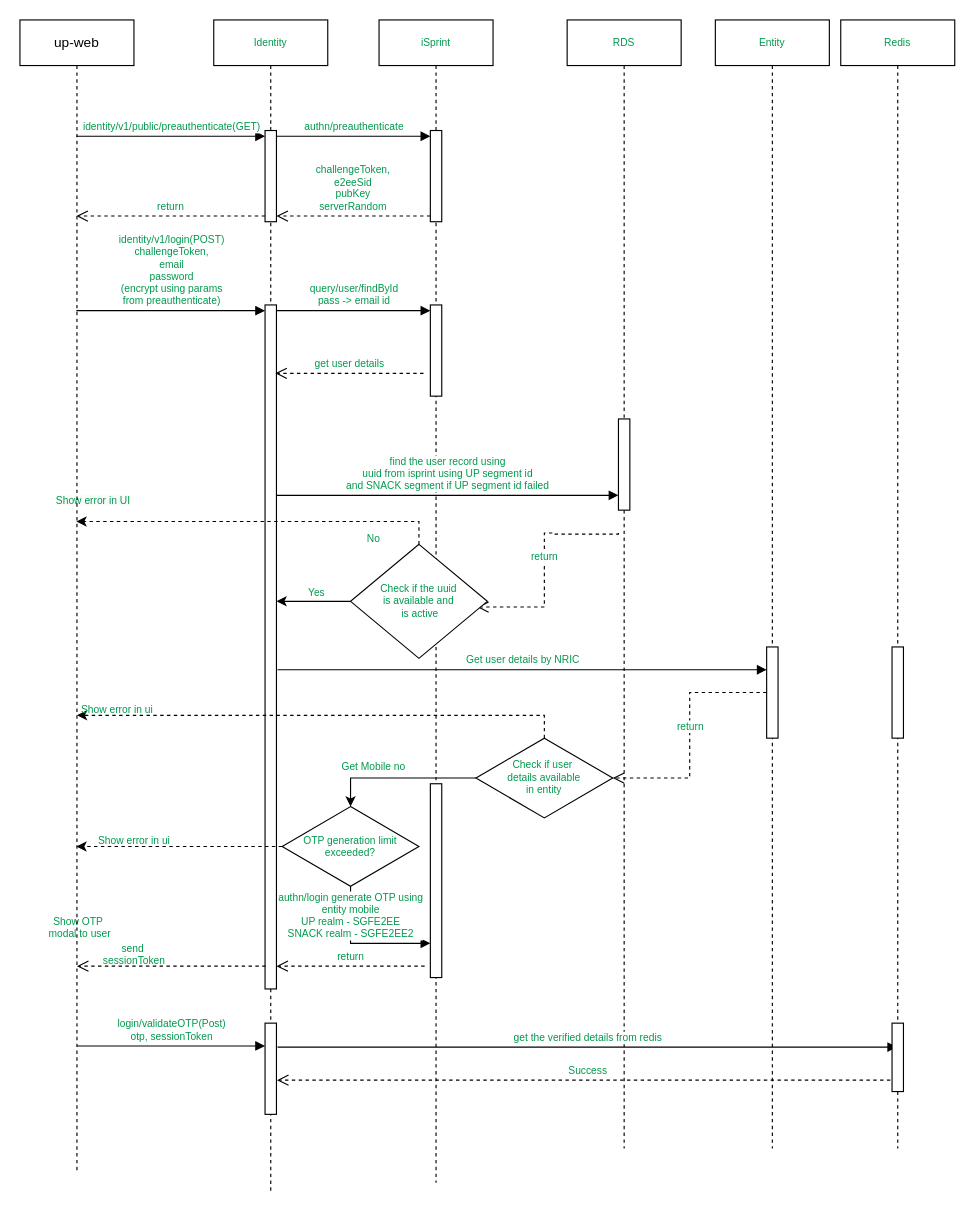
Before: page "SGFindex-otp-generation" (2 of 3) of SGFindex-login.drawio in ajeeshraj56/drawio, a draw.io diagram. Source tidied: cells renumbered, new cells numbered last; positions are measured from the earlier drawing's top-left corner, leaving out a move shared by most shapes. Both pictures are drawn from the tidied source at 114%, with x=0, y=0 at pixel (19, 19).
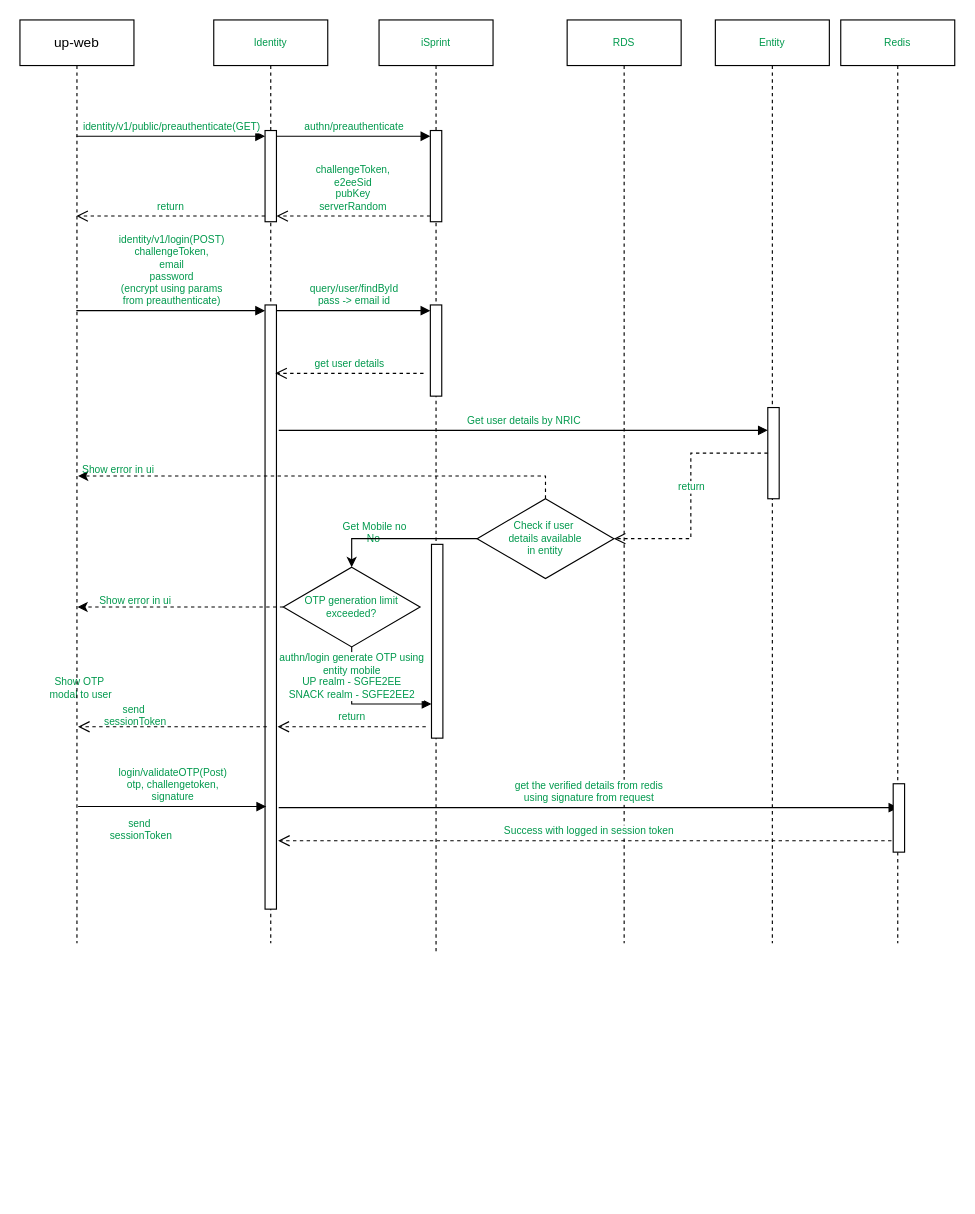
The same page after the edit.

What changed in the source:
```diff
@@
     <mxCell id="2" value="Identity" style="shape=umlLifeline;perimeter=lifelinePerimeter;whiteSpace=wrap;html=1;newEdgeStyle={&quot;curved&quot;:0,&quot;rounded&quot;:0};fontColor=#00994D;fontSize=9;" parent="1" vertex="1">
-      <mxGeometry x="170" width="100" height="1030" as="geometry" />
+      <mxGeometry x="170" width="100" height="810" as="geometry" />
     </mxCell>
@@
     <mxCell id="4" style="html=1;points=[[0,0,0,0,5],[0,1,0,0,-5],[1,0,0,0,5],[1,1,0,0,-5]];perimeter=orthogonalPerimeter;outlineConnect=0;targetShapes=umlLifeline;portConstraint=eastwest;newEdgeStyle={&quot;curved&quot;:0,&quot;rounded&quot;:0};fontColor=#00994D;fontSize=9;" parent="2" vertex="1">
-      <mxGeometry x="45" y="250" width="10" height="600" as="geometry" />
+      <mxGeometry x="45" y="250" width="10" height="530" as="geometry" />
     </mxCell>
-    <mxCell id="5" style="html=1;points=[[0,0,0,0,5],[0,1,0,0,-5],[1,0,0,0,5],[1,1,0,0,-5]];perimeter=orthogonalPerimeter;outlineConnect=0;targetShapes=umlLifeline;portConstraint=eastwest;newEdgeStyle={&quot;curved&quot;:0,&quot;rounded&quot;:0};fontColor=#00994D;fontSize=9;" parent="2" vertex="1">
-      <mxGeometry x="45" y="880" width="10" height="80" as="geometry" />
-    </mxCell>
     <mxCell id="6" value="iSprint" style="shape=umlLifeline;perimeter=lifelinePerimeter;whiteSpace=wrap;html=1;newEdgeStyle={&quot;curved&quot;:0,&quot;rounded&quot;:0};fontColor=#00994D;fontSize=9;" parent="1" vertex="1">
-      <mxGeometry x="315" width="100" height="1020" as="geometry" />
+      <mxGeometry x="315" width="100" height="820" as="geometry" />
     </mxCell>
@@
     <mxCell id="9" style="html=1;points=[[0,0,0,0,5],[0,1,0,0,-5],[1,0,0,0,5],[1,1,0,0,-5]];perimeter=orthogonalPerimeter;outlineConnect=0;targetShapes=umlLifeline;portConstraint=eastwest;newEdgeStyle={&quot;curved&quot;:0,&quot;rounded&quot;:0};fontColor=#00994D;fontSize=9;" parent="6" vertex="1">
-      <mxGeometry x="45" y="670" width="10" height="170" as="geometry" />
+      <mxGeometry x="46" y="460" width="10" height="170" as="geometry" />
     </mxCell>
     <mxCell id="10" value="RDS" style="shape=umlLifeline;perimeter=lifelinePerimeter;whiteSpace=wrap;html=1;newEdgeStyle={&quot;curved&quot;:0,&quot;rounded&quot;:0};fontColor=#00994D;fontSize=9;" parent="1" vertex="1">
-      <mxGeometry x="480" width="100" height="990" as="geometry" />
+      <mxGeometry x="480" width="100" height="810" as="geometry" />
     </mxCell>
-    <mxCell id="11" style="html=1;perimeter=orthogonalPerimeter;targetShapes=umlLifeline;newEdgeStyle={&quot;curved&quot;:0,&quot;rounded&quot;:0};fontColor=#00994D;fontSize=9;" parent="10" vertex="1">
-      <mxGeometry x="45" y="350" width="10" height="80" as="geometry" />
-    </mxCell>
     <mxCell id="12" value="Entity" style="shape=umlLifeline;perimeter=lifelinePerimeter;whiteSpace=wrap;html=1;newEdgeStyle={&quot;curved&quot;:0,&quot;rounded&quot;:0};fontColor=#00994D;fontSize=9;" parent="1" vertex="1">
-      <mxGeometry x="610" width="100" height="990" as="geometry" />
+      <mxGeometry x="610" width="100" height="810" as="geometry" />
     </mxCell>
     <mxCell id="13" style="html=1;points=[[0,0,0,0,5],[0,1,0,0,-5],[1,0,0,0,5],[1,1,0,0,-5]];perimeter=orthogonalPerimeter;outlineConnect=0;targetShapes=umlLifeline;portConstraint=eastwest;newEdgeStyle={&quot;curved&quot;:0,&quot;rounded&quot;:0};fontColor=#00994D;fontSize=9;" parent="12" vertex="1">
-      <mxGeometry x="45" y="550" width="10" height="80" as="geometry" />
+      <mxGeometry x="46" y="340" width="10" height="80" as="geometry" />
     </mxCell>
@@
-    <mxCell id="21" value="&lt;font style=&quot;font-size: 9px;&quot;&gt;find the user record using &lt;br style=&quot;font-size: 9px;&quot;&gt;uuid from isprint using UP segment id&lt;br&gt;and SNACK segment if UP segment id failed&lt;br style=&quot;font-size: 9px;&quot;&gt;&lt;/font&gt;" style="html=1;verticalAlign=bottom;endArrow=block;curved=0;rounded=0;fontColor=#00994D;fontSize=9;" parent="1" edge="1">
-      <mxGeometry relative="1" as="geometry">
-        <mxPoint x="225" y="417" as="sourcePoint" />
-        <mxPoint x="525" y="417" as="targetPoint" />
-      </mxGeometry>
-    </mxCell>
-    <mxCell id="22" value="return" style="html=1;verticalAlign=bottom;endArrow=open;dashed=1;endSize=8;rounded=0;entryX=0.925;entryY=0.55;entryDx=0;entryDy=0;entryPerimeter=0;strokeColor=default;edgeStyle=orthogonalEdgeStyle;fontColor=#00994D;fontSize=9;" parent="1" edge="1" target="25">
-      <mxGeometry relative="1" as="geometry">
-        <mxPoint x="525" y="450" as="sourcePoint" />
-        <Array as="points">
-          <mxPoint x="525" y="451" />
-          <mxPoint x="468" y="451" />
-          <mxPoint x="468" y="450" />
-          <mxPoint x="460" y="450" />
-          <mxPoint x="460" y="515" />
-        </Array>
-      </mxGeometry>
-    </mxCell>
-    <mxCell id="23" style="rounded=0;jettySize=auto;html=1;exitX=0;exitY=0.5;exitDx=0;exitDy=0;fontColor=#00994D;fontSize=9;" parent="1" edge="1" source="25" target="4">
-      <mxGeometry relative="1" as="geometry" />
-    </mxCell>
-    <mxCell id="24" style="edgeStyle=orthogonalEdgeStyle;rounded=0;jettySize=auto;html=1;exitX=0.5;exitY=0;exitDx=0;exitDy=0;dashed=1;fontColor=#00994D;fontSize=9;" parent="1" edge="1" source="25">
-      <mxGeometry relative="1" as="geometry">
-        <mxPoint x="49.5" y="440" as="targetPoint" />
-        <Array as="points">
-          <mxPoint x="350" y="440" />
-        </Array>
-      </mxGeometry>
-    </mxCell>
-    <mxCell id="25" value="&lt;font style=&quot;font-size: 9px;&quot;&gt;Check if the uuid &lt;br style=&quot;font-size: 9px;&quot;&gt;is available and&lt;br style=&quot;font-size: 9px;&quot;&gt;&amp;nbsp;is active&lt;/font&gt;" style="rhombus;whiteSpace=wrap;html=1;fontColor=#00994D;fontSize=9;" parent="1" vertex="1">
-      <mxGeometry x="290" y="460" width="120" height="100" as="geometry" />
-    </mxCell>
@@
-    <mxCell id="27" value="Yes" style="text;html=1;align=center;verticalAlign=middle;strokeColor=none;fillColor=none;fontColor=#00994D;fontSize=9;" parent="1" vertex="1">
-      <mxGeometry x="240" y="493" width="40" height="20" as="geometry" />
-    </mxCell>
-    <mxCell id="28" value="&lt;span style=&quot;font-family: Helvetica; font-style: normal; font-variant-ligatures: normal; font-variant-caps: normal; font-weight: 400; letter-spacing: normal; orphans: 2; text-align: center; text-indent: 0px; text-transform: none; widows: 2; word-spacing: 0px; -webkit-text-stroke-width: 0px; background-color: rgb(251, 251, 251); text-decoration-thickness: initial; text-decoration-style: initial; text-decoration-color: initial; float: none; display: inline !important; font-size: 9px;&quot;&gt;&lt;font style=&quot;font-size: 9px;&quot;&gt;Show error in UI&lt;/font&gt;&lt;/span&gt;" style="text;whiteSpace=wrap;html=1;fontColor=#00994D;fontSize=9;" parent="1" vertex="1">
-      <mxGeometry x="30" y="410" width="120" height="40" as="geometry" />
-    </mxCell>
     <mxCell id="29" value="&lt;font style=&quot;font-size: 9px;&quot;&gt;Get user details by NRIC&lt;/font&gt;" style="html=1;verticalAlign=bottom;endArrow=block;curved=0;rounded=0;fontColor=#00994D;fontSize=9;" parent="1" edge="1" target="13">
       <mxGeometry relative="1" as="geometry">
-        <mxPoint x="226" y="570" as="sourcePoint" />
+        <mxPoint x="227" y="360" as="sourcePoint" />
       </mxGeometry>
     </mxCell>
@@
     <mxCell id="31" value="&lt;font style=&quot;font-size: 9px;&quot;&gt;Check if user&amp;nbsp;&lt;br style=&quot;font-size: 9px;&quot;&gt;details available&lt;br style=&quot;font-size: 9px;&quot;&gt;in entity&lt;br style=&quot;font-size: 9px;&quot;&gt;&lt;/font&gt;" style="rhombus;whiteSpace=wrap;html=1;fontColor=#00994D;fontSize=9;" parent="1" vertex="1">
-      <mxGeometry x="400" y="630" width="120" height="70" as="geometry" />
+      <mxGeometry x="401" y="420" width="120" height="70" as="geometry" />
     </mxCell>
@@
     <mxCell id="33" style="edgeStyle=orthogonalEdgeStyle;rounded=0;jettySize=auto;html=1;exitX=0.5;exitY=0;exitDx=0;exitDy=0;dashed=1;fontColor=#00994D;fontSize=9;entryX=0.111;entryY=0.75;entryDx=0;entryDy=0;entryPerimeter=0;" parent="1" edge="1" target="34">
       <mxGeometry relative="1" as="geometry">
-        <mxPoint x="460" y="630" as="sourcePoint" />
+        <mxPoint x="461" y="420" as="sourcePoint" />
         <Array as="points">
-          <mxPoint x="460" y="610" />
+          <mxPoint x="461" y="400" />
         </Array>
       </mxGeometry>
     </mxCell>
     <mxCell id="34" value="&lt;font style=&quot;font-size: 9px;&quot;&gt;Show error in ui&lt;/font&gt;" style="text;html=1;align=center;verticalAlign=middle;points=[];strokeColor=none;fillColor=none;fontColor=#00994D;fontSize=9;" parent="1" vertex="1">
-      <mxGeometry x="40" y="595" width="90" height="20" as="geometry" />
+      <mxGeometry x="41" y="385" width="90" height="20" as="geometry" />
     </mxCell>
     <mxCell id="35" value="&lt;font style=&quot;font-size: 9px;&quot;&gt;Get Mobile no&lt;/font&gt;" style="text;html=1;align=center;verticalAlign=middle;strokeColor=none;fillColor=none;fontColor=#00994D;fontSize=9;" parent="1" vertex="1">
-      <mxGeometry x="270" y="645" width="80" height="20" as="geometry" />
+      <mxGeometry x="271" y="435" width="80" height="20" as="geometry" />
     </mxCell>
     <mxCell id="36" value="&lt;font style=&quot;font-size: 9px;&quot;&gt;authn/login generate OTP using &lt;br style=&quot;font-size: 9px;&quot;&gt;entity mobile&lt;br&gt;UP realm -&amp;nbsp;&lt;/font&gt;SGFE2EE&lt;br&gt;SNACK realm -&amp;nbsp;SGFE2EE2" style="html=1;verticalAlign=bottom;endArrow=block;rounded=0;fontColor=#00994D;fontSize=9;exitX=0.5;exitY=1;exitDx=0;exitDy=0;edgeStyle=orthogonalEdgeStyle;" parent="1" edge="1" source="43" target="9">
       <mxGeometry x="-0.17" relative="1" as="geometry">
         <Array as="points">
-          <mxPoint x="290" y="810" />
+          <mxPoint x="291" y="600" />
         </Array>
       </mxGeometry>
     </mxCell>
     <mxCell id="37" value="return" style="html=1;verticalAlign=bottom;endArrow=open;dashed=1;endSize=8;curved=0;rounded=0;fontColor=#00994D;fontSize=9;" parent="1" edge="1">
       <mxGeometry relative="1" as="geometry">
-        <mxPoint x="355" y="830" as="sourcePoint" />
-        <mxPoint x="225" y="830" as="targetPoint" />
+        <mxPoint x="356" y="620" as="sourcePoint" />
+        <mxPoint x="226" y="620" as="targetPoint" />
       </mxGeometry>
     </mxCell>
     <mxCell id="38" value="&lt;font style=&quot;font-size: 9px;&quot;&gt;Show OTP&lt;br style=&quot;font-size: 9px;&quot;&gt;&amp;nbsp;modal to user&lt;/font&gt;" style="html=1;verticalAlign=bottom;endArrow=open;dashed=1;endSize=8;curved=0;rounded=0;fontColor=#00994D;fontSize=9;" parent="1" edge="1">
       <mxGeometry x="1" y="-20" relative="1" as="geometry">
-        <mxPoint x="215.5" y="830" as="sourcePoint" />
-        <mxPoint x="50" y="830" as="targetPoint" />
+        <mxPoint x="216.5" y="620" as="sourcePoint" />
+        <mxPoint x="51" y="620" as="targetPoint" />
         <mxPoint x="1" as="offset" />
       </mxGeometry>
     </mxCell>
     <mxCell id="39" value="&lt;font style=&quot;font-size: 9px;&quot;&gt;send&amp;nbsp;&lt;br style=&quot;font-size: 9px;&quot;&gt;sessionToken&lt;/font&gt;" style="text;html=1;align=center;verticalAlign=middle;strokeColor=none;fillColor=none;fontColor=#00994D;fontSize=9;" parent="1" vertex="1">
-      <mxGeometry x="60" y="800" width="80" height="40" as="geometry" />
+      <mxGeometry x="61" y="590" width="80" height="40" as="geometry" />
     </mxCell>
-    <mxCell id="40" value="&lt;font style=&quot;font-size: 9px;&quot;&gt;login/validateOTP(Post)&lt;br style=&quot;font-size: 9px;&quot;&gt;otp, sessionToken&lt;/font&gt;" style="html=1;verticalAlign=bottom;endArrow=block;curved=0;rounded=0;fontColor=#00994D;fontSize=9;" parent="1" edge="1" target="5">
+    <mxCell id="40" value="&lt;font style=&quot;font-size: 9px;&quot;&gt;login/validateOTP(Post)&lt;br style=&quot;font-size: 9px;&quot;&gt;otp, challengetoken,&lt;br&gt;signature&lt;br&gt;&lt;/font&gt;" style="html=1;verticalAlign=bottom;endArrow=block;curved=0;rounded=0;fontColor=#00994D;fontSize=9;" parent="1" edge="1">
       <mxGeometry relative="1" as="geometry">
-        <mxPoint x="50" y="900" as="sourcePoint" />
+        <mxPoint x="51" y="690" as="sourcePoint" />
+        <mxPoint x="216" y="690" as="targetPoint" />
       </mxGeometry>
     </mxCell>
-    <mxCell id="41" value="&lt;font style=&quot;font-size: 9px;&quot;&gt;get the verified details from redis&lt;br style=&quot;font-size: 9px;&quot;&gt;&lt;/font&gt;" style="html=1;verticalAlign=bottom;endArrow=block;curved=0;rounded=0;fontColor=#00994D;fontSize=9;" parent="1" edge="1" target="46">
+    <mxCell id="41" value="&lt;font style=&quot;font-size: 9px;&quot;&gt;get the verified details from redis&lt;br&gt;using signature from request&lt;br style=&quot;font-size: 9px;&quot;&gt;&lt;/font&gt;" style="html=1;verticalAlign=bottom;endArrow=block;curved=0;rounded=0;fontColor=#00994D;fontSize=9;" parent="1" edge="1">
       <mxGeometry relative="1" as="geometry">
-        <mxPoint x="226" y="901" as="sourcePoint" />
+        <mxPoint x="227" y="691" as="sourcePoint" />
+        <mxPoint x="770.5" y="691" as="targetPoint" />
       </mxGeometry>
     </mxCell>
-    <mxCell id="42" value="Success" style="html=1;verticalAlign=bottom;endArrow=open;dashed=1;endSize=8;curved=0;rounded=0;fontColor=#00994D;fontSize=9;" parent="1" edge="1" source="46">
+    <mxCell id="42" value="Success with logged in session token" style="html=1;verticalAlign=bottom;endArrow=open;dashed=1;endSize=8;curved=0;rounded=0;fontColor=#00994D;fontSize=9;" parent="1" edge="1">
       <mxGeometry relative="1" as="geometry">
-        <mxPoint x="225.5" y="930" as="targetPoint" />
+        <mxPoint x="770.5" y="720" as="sourcePoint" />
+        <mxPoint x="226.5" y="720" as="targetPoint" />
       </mxGeometry>
     </mxCell>
     <mxCell id="43" value="&lt;font style=&quot;font-size: 9px;&quot;&gt;OTP generation limit exceeded?&lt;br style=&quot;font-size: 9px;&quot;&gt;&lt;/font&gt;" style="rhombus;whiteSpace=wrap;html=1;fontColor=#00994D;fontSize=9;" parent="1" vertex="1">
-      <mxGeometry x="230" y="690" width="120" height="70" as="geometry" />
+      <mxGeometry x="231" y="480" width="120" height="70" as="geometry" />
     </mxCell>
     <mxCell id="44" style="rounded=0;jettySize=auto;html=1;dashed=1;fontColor=#00994D;fontSize=9;exitX=0;exitY=0.5;exitDx=0;exitDy=0;" parent="1" edge="1" source="43">
       <mxGeometry relative="1" as="geometry">
-        <mxPoint x="49.5" y="725" as="targetPoint" />
+        <mxPoint x="50.5" y="515" as="targetPoint" />
       </mxGeometry>
     </mxCell>
     <mxCell id="45" value="&lt;font style=&quot;font-size: 9px;&quot;&gt;Show error in ui&lt;/font&gt;" style="text;html=1;align=center;verticalAlign=middle;strokeColor=none;fillColor=none;fontColor=#00994D;fontSize=9;" parent="1" vertex="1">
-      <mxGeometry x="55" y="710" width="90" height="20" as="geometry" />
+      <mxGeometry x="56" y="500" width="90" height="20" as="geometry" />
     </mxCell>
     <mxCell id="46" value="Redis" style="shape=umlLifeline;perimeter=lifelinePerimeter;whiteSpace=wrap;html=1;outlineConnect=0;portConstraint=eastwest;newEdgeStyle={&quot;curved&quot;:0,&quot;rounded&quot;:0};fontColor=#00994D;fontSize=9;" parent="1" vertex="1">
-      <mxGeometry x="720" width="100" height="990" as="geometry" />
+      <mxGeometry x="720" width="100" height="810" as="geometry" />
     </mxCell>
-    <mxCell id="47" style="html=1;perimeter=orthogonalPerimeter;targetShapes=umlLifeline;newEdgeStyle={&quot;curved&quot;:0,&quot;rounded&quot;:0};fontColor=#00994D;fontSize=9;" parent="46" vertex="1">
-      <mxGeometry x="45" y="550" width="10" height="80" as="geometry" />
-    </mxCell>
     <mxCell id="48" value="&#10;&lt;span style=&quot;color: rgba(0, 0, 0, 0); font-family: monospace; font-size: 0px; font-style: normal; font-variant-ligatures: normal; font-variant-caps: normal; font-weight: 400; letter-spacing: normal; orphans: 2; text-align: start; text-indent: 0px; text-transform: none; widows: 2; word-spacing: 0px; -webkit-text-stroke-width: 0px; background-color: rgb(251, 251, 251); text-decoration-thickness: initial; text-decoration-style: initial; text-decoration-color: initial; float: none; display: inline !important;&quot;&gt;&amp;nbsp;&lt;/span&gt;&#10;&#10;" style="html=1;perimeter=orthogonalPerimeter;targetShapes=umlLifeline;newEdgeStyle={&quot;curved&quot;:0,&quot;rounded&quot;:0};fontColor=#00994D;fontSize=9;" parent="46" vertex="1">
-      <mxGeometry x="45" y="880" width="10" height="60" as="geometry" />
+      <mxGeometry x="46" y="670" width="10" height="60" as="geometry" />
     </mxCell>
     <mxCell id="49" value="up-web" style="shape=umlLifeline;perimeter=lifelinePerimeter;whiteSpace=wrap;html=1;newEdgeStyle={&quot;curved&quot;:0,&quot;rounded&quot;:0};" parent="1" vertex="1">
-      <mxGeometry width="100" height="1010" as="geometry" />
+      <mxGeometry width="100" height="810" as="geometry" />
     </mxCell>
+    <mxCell id="50" value="&lt;font style=&quot;font-size: 9px;&quot;&gt;send&amp;nbsp;&lt;br style=&quot;font-size: 9px;&quot;&gt;sessionToken&lt;/font&gt;" style="text;html=1;align=center;verticalAlign=middle;strokeColor=none;fillColor=none;fontColor=#00994D;fontSize=9;" parent="1" vertex="1">
+      <mxGeometry x="66" y="690" width="80" height="40" as="geometry" />
+    </mxCell>
```
